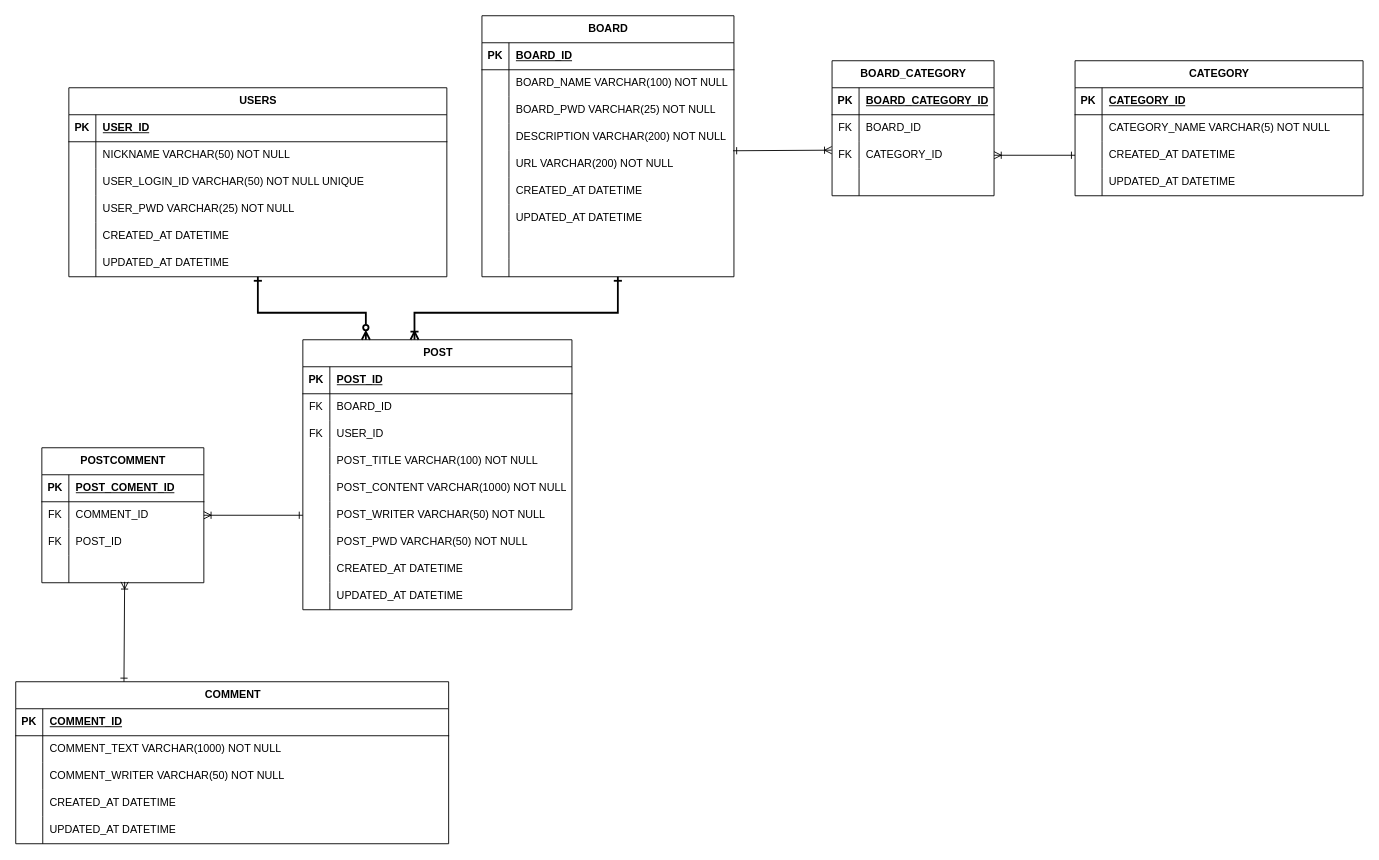
This is dev-kor-erd.drawio from choiminwoo2/data-storage, a draw.io file, before an edit. Source tidied: cells renumbered, new cells numbered last; positions are measured from the earlier drawing's top-left corner, leaving out a move shared by most shapes. Both pictures are drawn from the tidied source at 90%, with x=0, y=0 at pixel (15, 15).
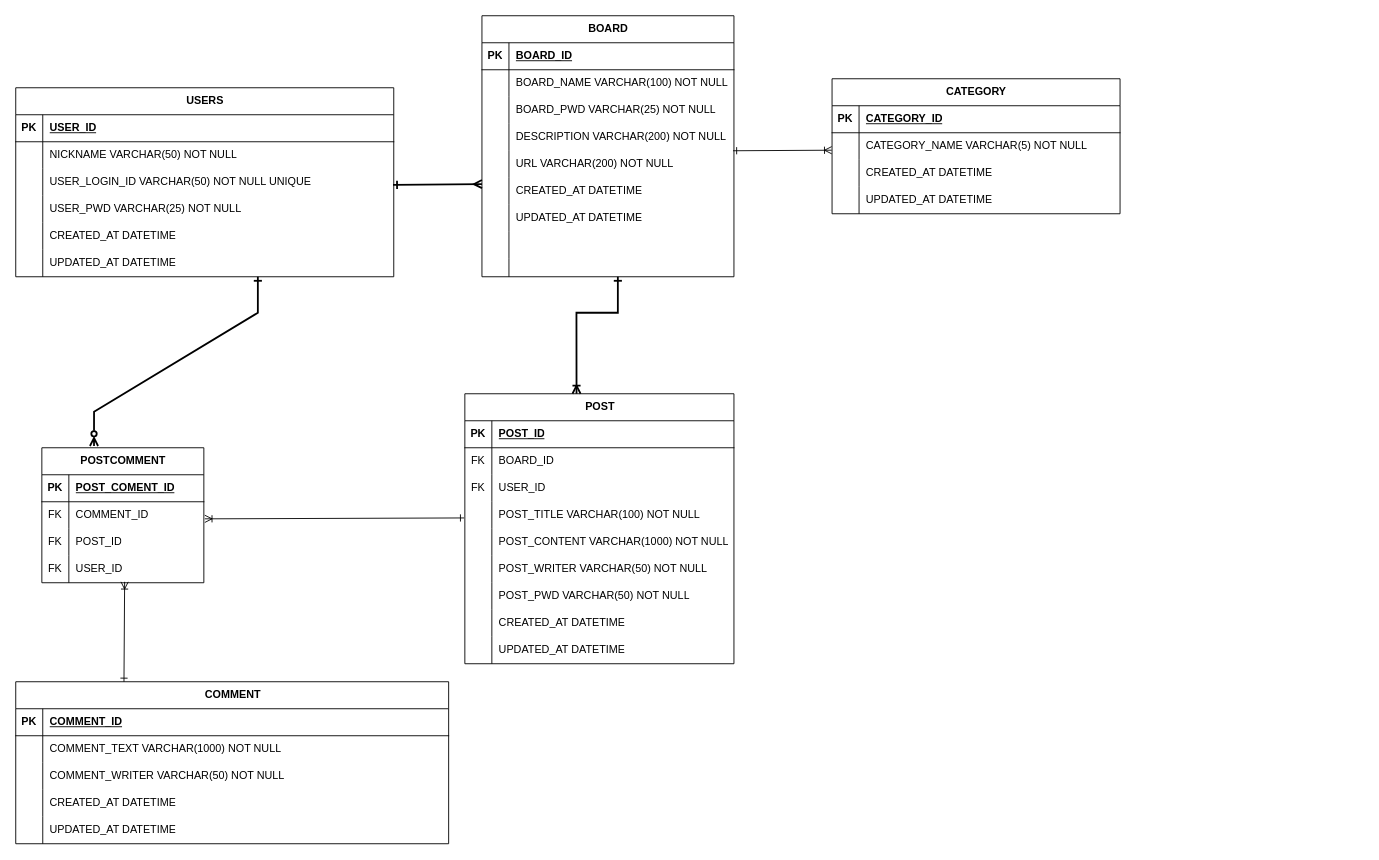
After the change.

The change refers to these unchanged cells:
```xml
<mxCell id="12" style="shape=tableRow;horizontal=0;startSize=0;swimlaneHead=0;swimlaneBody=0;fillColor=none;points=[[0,0.5],[1,0.5]];portConstraint=eastwest;top=0;left=0;right=0;bottom=0;" parent="2" vertex="1">
  <mxGeometry y="120" width="299" height="30" as="geometry" />
</mxCell>
<mxCell id="18" style="shape=tableRow;horizontal=0;startSize=0;swimlaneHead=0;swimlaneBody=0;fillColor=none;points=[[0,0.5],[1,0.5]];portConstraint=eastwest;top=0;left=0;right=0;bottom=0;" parent="2" vertex="1">
  <mxGeometry y="180" width="299" height="30" as="geometry" />
</mxCell>
<mxCell id="46" style="shape=tableRow;horizontal=0;startSize=0;swimlaneHead=0;swimlaneBody=0;fillColor=none;points=[[0,0.5],[1,0.5]];portConstraint=eastwest;top=0;left=0;right=0;bottom=0;" parent="30" vertex="1">
  <mxGeometry y="180" width="280" height="30" as="geometry" />
</mxCell>
<mxCell id="82" style="shape=tableRow;horizontal=0;startSize=0;swimlaneHead=0;swimlaneBody=0;fillColor=none;points=[[0,0.5],[1,0.5]];portConstraint=eastwest;top=0;left=0;right=0;bottom=0;" parent="75" vertex="1">
  <mxGeometry y="90" width="420" height="30" as="geometry" />
</mxCell>
<mxCell id="95" value="POSTCOMMENT" style="shape=table;startSize=30;childLayout=tableLayout;rowLines=0;fontStyle=1;align=center;html=1;" parent="1" vertex="1">
  <mxGeometry x="29" y="480" width="180" height="150" as="geometry" />
</mxCell>
<mxCell id="99" style="shape=tableRow;horizontal=0;startSize=0;swimlaneHead=0;swimlaneBody=0;fillColor=none;points=[[0,0.5],[1,0.5]];portConstraint=eastwest;top=0;left=0;right=0;bottom=0;" parent="95" vertex="1">
  <mxGeometry y="60" width="180" height="30" as="geometry" />
</mxCell>
<mxCell id="105" style="shape=tableRow;horizontal=0;startSize=0;swimlaneHead=0;swimlaneBody=0;fillColor=none;points=[[0,0.5],[1,0.5]];portConstraint=eastwest;top=0;left=0;right=0;bottom=0;" parent="95" vertex="1">
  <mxGeometry y="120" width="180" height="30" as="geometry" />
</mxCell>
<mxCell id="130" style="shape=tableRow;horizontal=0;startSize=0;swimlaneHead=0;swimlaneBody=0;fillColor=none;points=[[0,0.5],[1,0.5]];portConstraint=eastwest;top=0;left=0;right=0;bottom=0;" parent="123" vertex="1">
  <mxGeometry y="90" width="320" height="30" as="geometry" />
</mxCell>
```

What changed in the source:
```diff
@@
     <mxCell id="2" value="POST" style="shape=table;startSize=30;childLayout=tableLayout;rowLines=0;fontStyle=1;align=center;html=1;" parent="1" vertex="1">
-      <mxGeometry x="319" y="360" width="299" height="300" as="geometry" />
+      <mxGeometry x="499" y="420" width="299" height="300" as="geometry" />
     </mxCell>
@@
     <mxCell id="58" style="endArrow=ERoneToMany;html=1;rounded=0;entryX=0.415;entryY=0;entryDx=0;entryDy=0;entryPerimeter=0;startArrow=ERone;startFill=0;endFill=0;strokeWidth=2;" parent="1" edge="1" target="2">
       <mxGeometry relative="1" as="geometry">
         <mxPoint x="669" y="290" as="sourcePoint" />
         <Array as="points">
           <mxPoint x="669" y="330" />
-          <mxPoint x="443" y="330" />
+          <mxPoint x="623" y="330" />
         </Array>
       </mxGeometry>
     </mxCell>
@@
     <mxCell id="75" value="USERS" style="shape=table;startSize=30;childLayout=tableLayout;rowLines=0;fontStyle=1;align=center;html=1;" parent="1" vertex="1">
-      <mxGeometry x="59" y="80" width="420" height="210" as="geometry" />
+      <mxGeometry y="80" width="420" height="210" as="geometry" />
     </mxCell>
@@
-    <mxCell id="94" style="endArrow=ERzeroToMany;html=1;rounded=0;endFill=0;startArrow=ERone;startFill=0;strokeWidth=2;" parent="1" edge="1">
+    <mxCell id="94" style="endArrow=ERzeroToMany;html=1;rounded=0;endFill=0;startArrow=ERone;startFill=0;strokeWidth=2;entryX=0.322;entryY=-0.013;entryDx=0;entryDy=0;entryPerimeter=0;" parent="1" edge="1" target="95">
       <mxGeometry relative="1" as="geometry">
         <mxPoint x="269" y="290" as="sourcePoint" />
-        <mxPoint x="389" y="360" as="targetPoint" />
         <Array as="points">
           <mxPoint x="269" y="330" />
-          <mxPoint x="389" y="330" />
+          <mxPoint x="87" y="440" />
         </Array>
       </mxGeometry>
     </mxCell>
@@
-    <mxCell id="106" style="shape=partialRectangle;fillColor=none;top=0;left=0;bottom=0;right=0;overflow=hidden;whiteSpace=wrap;html=1;" parent="105" vertex="1">
+    <mxCell id="106" value="FK" style="shape=partialRectangle;fillColor=none;top=0;left=0;bottom=0;right=0;overflow=hidden;whiteSpace=wrap;html=1;" parent="105" vertex="1">
       <mxGeometry width="30" height="30" as="geometry" />
     </mxCell>
-    <mxCell id="107" style="shape=partialRectangle;fillColor=none;top=0;left=0;bottom=0;right=0;align=left;spacingLeft=6;overflow=hidden;whiteSpace=wrap;html=1;" parent="105" vertex="1">
+    <mxCell id="107" value="USER_ID" style="shape=partialRectangle;fillColor=none;top=0;left=0;bottom=0;right=0;align=left;spacingLeft=6;overflow=hidden;whiteSpace=wrap;html=1;" parent="105" vertex="1">
       <mxGeometry x="30" width="150" height="30" as="geometry" />
     </mxCell>
-    <mxCell id="108" style="endArrow=ERone;html=1;rounded=0;exitX=1;exitY=0.5;exitDx=0;exitDy=0;endFill=0;startArrow=ERoneToMany;startFill=0;entryX=0;entryY=0.5;entryDx=0;entryDy=0;" parent="1" edge="1" source="99" target="18">
+    <mxCell id="108" style="endArrow=ERone;html=1;rounded=0;exitX=1.006;exitY=0.633;exitDx=0;exitDy=0;endFill=0;startArrow=ERoneToMany;startFill=0;entryX=-0.003;entryY=0.6;entryDx=0;entryDy=0;entryPerimeter=0;exitPerimeter=0;" parent="1" edge="1" source="99" target="12">
       <mxGeometry relative="1" as="geometry" />
     </mxCell>
@@
-    <mxCell id="110" value="BOARD_CATEGORY" style="shape=table;startSize=30;childLayout=tableLayout;rowLines=0;fontStyle=1;align=center;html=1;" parent="1" vertex="1">
-      <mxGeometry x="907" y="50" width="180" height="150" as="geometry" />
-    </mxCell>
-    <mxCell id="111" style="shape=tableRow;horizontal=0;startSize=0;swimlaneHead=0;swimlaneBody=0;fillColor=none;top=0;left=0;right=0;bottom=1;" parent="110" vertex="1">
-      <mxGeometry y="30" width="180" height="30" as="geometry" />
-    </mxCell>
-    <mxCell id="112" value="PK" style="shape=partialRectangle;fillColor=none;top=0;left=0;bottom=0;right=0;fontStyle=1;overflow=hidden;whiteSpace=wrap;html=1;" parent="111" vertex="1">
-      <mxGeometry width="30" height="30" as="geometry" />
-    </mxCell>
-    <mxCell id="113" value="BOARD_CATEGORY_ID" style="shape=partialRectangle;fillColor=none;top=0;left=0;bottom=0;right=0;align=left;spacingLeft=6;fontStyle=5;overflow=hidden;whiteSpace=wrap;html=1;" parent="111" vertex="1">
-      <mxGeometry x="30" width="150" height="30" as="geometry" />
-    </mxCell>
-    <mxCell id="114" style="shape=tableRow;horizontal=0;startSize=0;swimlaneHead=0;swimlaneBody=0;fillColor=none;top=0;left=0;right=0;bottom=0;" parent="110" vertex="1">
-      <mxGeometry y="60" width="180" height="30" as="geometry" />
-    </mxCell>
-    <mxCell id="115" value="FK" style="shape=partialRectangle;fillColor=none;top=0;left=0;bottom=0;right=0;overflow=hidden;whiteSpace=wrap;html=1;" parent="114" vertex="1">
-      <mxGeometry width="30" height="30" as="geometry" />
-    </mxCell>
-    <mxCell id="116" value="BOARD_ID" style="shape=partialRectangle;fillColor=none;top=0;left=0;bottom=0;right=0;align=left;spacingLeft=6;overflow=hidden;whiteSpace=wrap;html=1;" parent="114" vertex="1">
-      <mxGeometry x="30" width="150" height="30" as="geometry" />
-    </mxCell>
-    <mxCell id="117" style="shape=tableRow;horizontal=0;startSize=0;swimlaneHead=0;swimlaneBody=0;fillColor=none;points=[[0,0.5],[1,0.5]];portConstraint=eastwest;top=0;left=0;right=0;bottom=0;" parent="110" vertex="1">
-      <mxGeometry y="90" width="180" height="30" as="geometry" />
-    </mxCell>
-    <mxCell id="118" value="FK" style="shape=partialRectangle;fillColor=none;top=0;left=0;bottom=0;right=0;overflow=hidden;whiteSpace=wrap;html=1;" parent="117" vertex="1">
-      <mxGeometry width="30" height="30" as="geometry" />
-    </mxCell>
-    <mxCell id="119" value="CATEGORY_ID" style="shape=partialRectangle;fillColor=none;top=0;left=0;bottom=0;right=0;align=left;spacingLeft=6;overflow=hidden;whiteSpace=wrap;html=1;" parent="117" vertex="1">
-      <mxGeometry x="30" width="150" height="30" as="geometry" />
-    </mxCell>
-    <mxCell id="120" style="shape=tableRow;horizontal=0;startSize=0;swimlaneHead=0;swimlaneBody=0;fillColor=none;top=0;left=0;right=0;bottom=0;" parent="110" vertex="1">
-      <mxGeometry y="120" width="180" height="30" as="geometry" />
-    </mxCell>
-    <mxCell id="121" style="shape=partialRectangle;fillColor=none;top=0;left=0;bottom=0;right=0;overflow=hidden;whiteSpace=wrap;html=1;" parent="120" vertex="1">
-      <mxGeometry width="30" height="30" as="geometry" />
-    </mxCell>
-    <mxCell id="122" style="shape=partialRectangle;fillColor=none;top=0;left=0;bottom=0;right=0;align=left;spacingLeft=6;overflow=hidden;whiteSpace=wrap;html=1;" parent="120" vertex="1">
-      <mxGeometry x="30" width="150" height="30" as="geometry" />
-    </mxCell>
     <mxCell id="123" value="CATEGORY" style="shape=table;startSize=30;childLayout=tableLayout;rowLines=0;fontStyle=1;align=center;html=1;" parent="1" vertex="1">
-      <mxGeometry x="1177" y="50" width="320" height="150" as="geometry" />
+      <mxGeometry x="907" y="70" width="320" height="150" as="geometry" />
     </mxCell>
@@
-    <mxCell id="136" style="endArrow=ERoneToMany;html=1;rounded=0;entryX=-0.002;entryY=0.312;entryDx=0;entryDy=0;entryPerimeter=0;startArrow=ERone;startFill=0;endFill=0;" parent="1" edge="1" target="117">
+    <mxCell id="136" style="endArrow=ERoneToMany;html=1;rounded=0;entryX=-0.002;entryY=0.312;entryDx=0;entryDy=0;entryPerimeter=0;startArrow=ERone;startFill=0;endFill=0;" parent="1" edge="1">
       <mxGeometry relative="1" as="geometry">
         <mxPoint x="797" y="150" as="sourcePoint" />
+        <mxPoint x="906.6" y="149.4" as="targetPoint" />
       </mxGeometry>
     </mxCell>
-    <mxCell id="137" style="endArrow=ERone;html=1;rounded=0;exitX=1;exitY=0.5;exitDx=0;exitDy=0;entryX=0;entryY=0.5;entryDx=0;entryDy=0;startArrow=ERoneToMany;startFill=0;endFill=0;" parent="1" edge="1" source="117" target="130">
-      <mxGeometry relative="1" as="geometry" />
-    </mxCell>
+    <mxCell id="138" style="endArrow=ERmany;html=1;rounded=0;exitX=0.998;exitY=0.6;exitDx=0;exitDy=0;exitPerimeter=0;entryX=0;entryY=0.233;entryDx=0;entryDy=0;entryPerimeter=0;endFill=0;startArrow=ERone;startFill=0;strokeWidth=2;" parent="1" edge="1" source="82" target="46">
+      <mxGeometry relative="1" as="geometry" />
+    </mxCell>
```
